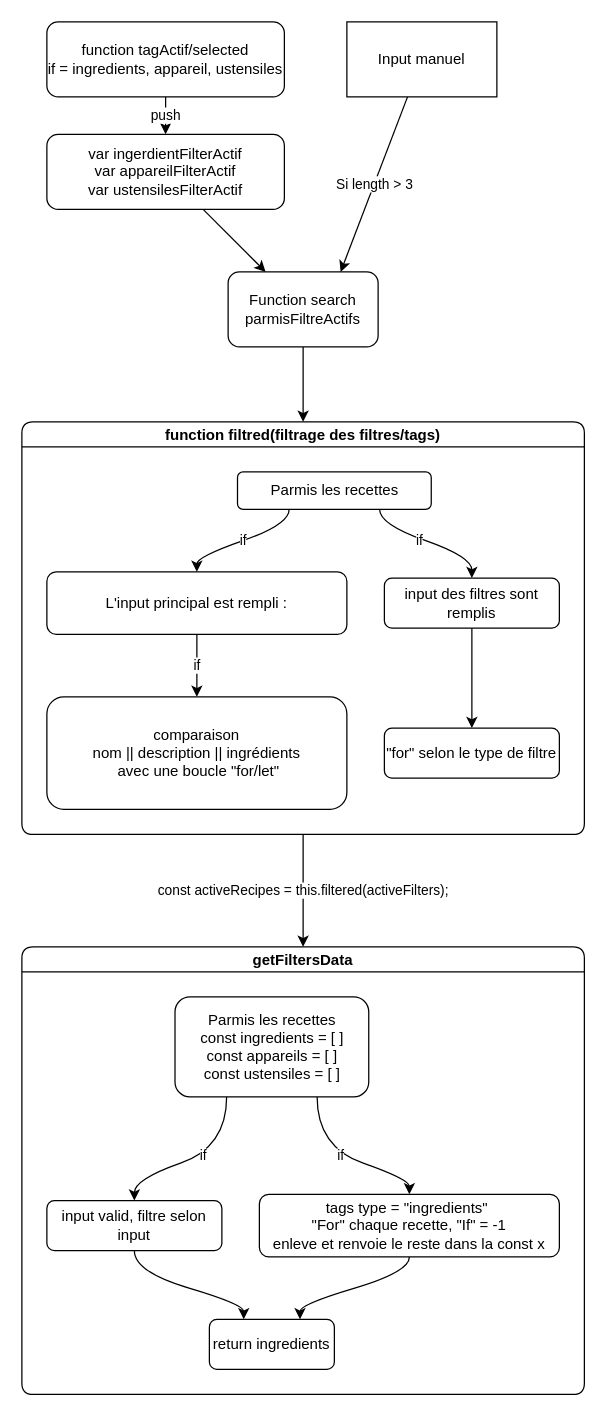
This is page "Page-2" (2 of 2) of P7-P11-Search-Engin.drawio from Cadegan/P11-front-end-search-engine, a draw.io file, before an edit. Source tidied: cells renumbered, new cells numbered last; positions are measured from the earlier drawing's top-left corner, leaving out a move shared by most shapes. Both pictures are drawn from the tidied source at 125%, with x=0, y=0 at pixel (21, 21).
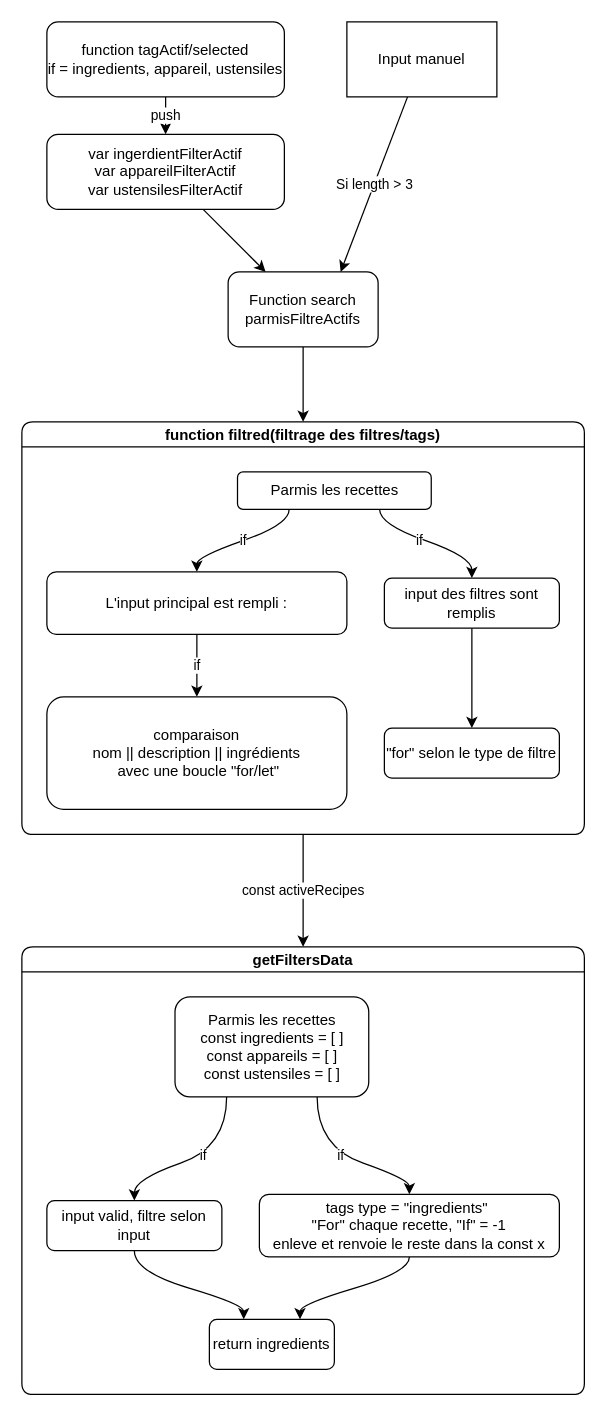
The same diagram, later.

The change refers to these unchanged cells:
```xml
<mxCell id="4" value="getFiltersData" style="swimlane;startSize=20;horizontal=1;flowOrientation=north;interRankCellSpacing=50;containerType=tree;rounded=1;comic=0;strokeColor=default;fillColor=default;" parent="1" vertex="1">
  <mxGeometry y="740" width="450" height="358" as="geometry" />
</mxCell>
<mxCell id="22" value="function filtred(filtrage des filtres/tags)" style="swimlane;startSize=20;horizontal=1;flowOrientation=north;interRankCellSpacing=50;containerType=tree;rounded=1;comic=0;strokeColor=default;fillColor=default;" parent="1" vertex="1">
  <mxGeometry y="320" width="450" height="330" as="geometry" />
</mxCell>
```

The edit, as a diff of the source:
```diff
@@
-    <mxCell id="21" value="&lt;span style=&quot;font-size: 11px&quot;&gt;const activeRecipes = this.filtered(activeFilters);&lt;/span&gt;" style="edgeStyle=none;curved=1;html=1;exitX=0.5;exitY=1;exitDx=0;exitDy=0;entryX=0.5;entryY=0;entryDx=0;entryDy=0;" parent="1" edge="1" source="22" target="4">
+    <mxCell id="21" value="&lt;span style=&quot;font-size: 11px&quot;&gt;const activeRecipes&lt;/span&gt;" style="edgeStyle=none;curved=1;html=1;exitX=0.5;exitY=1;exitDx=0;exitDy=0;entryX=0.5;entryY=0;entryDx=0;entryDy=0;" parent="1" edge="1" source="22" target="4">
       <mxGeometry relative="1" as="geometry" />
     </mxCell>
```
